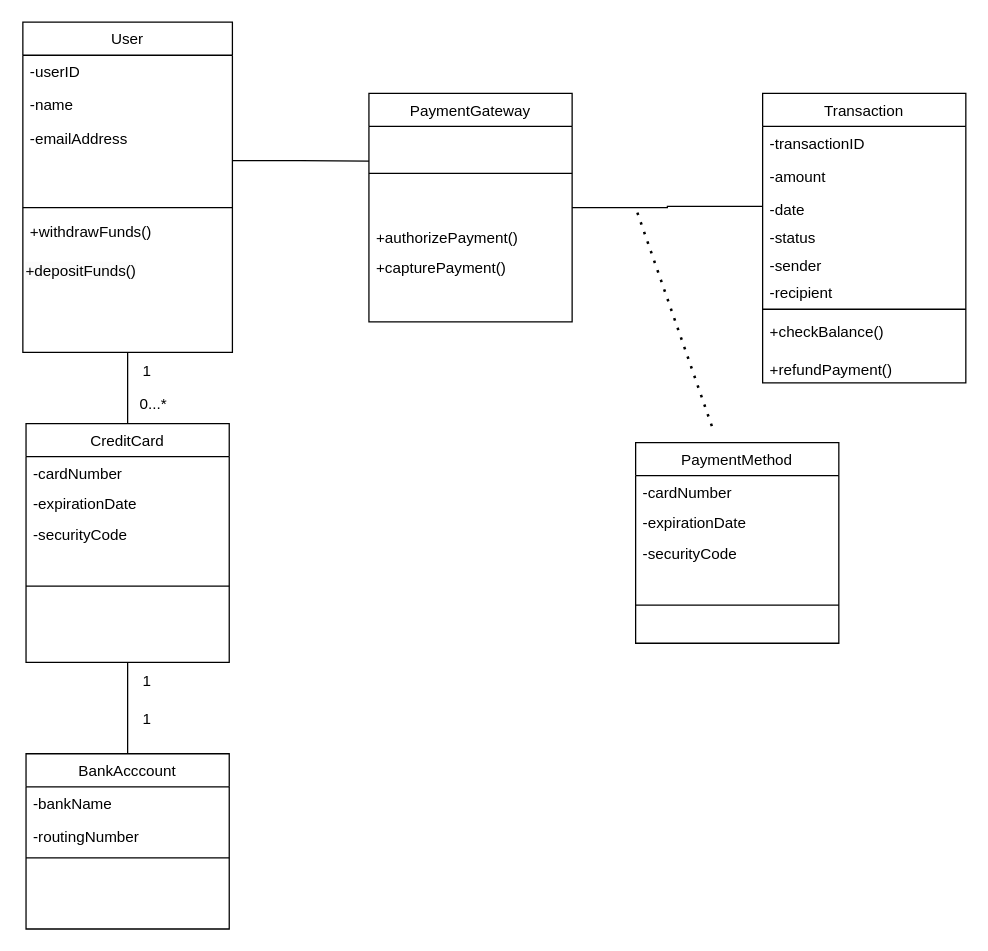
Earlier version of the draw.io diagram designclassdiagram.drawio (LordDdanielHan/test). Source tidied: cells renumbered, new cells numbered last; positions are measured from the earlier drawing's top-left corner, leaving out a move shared by most shapes. Both pictures are drawn from the tidied source at 127%, with x=0, y=0 at pixel (23, 22).
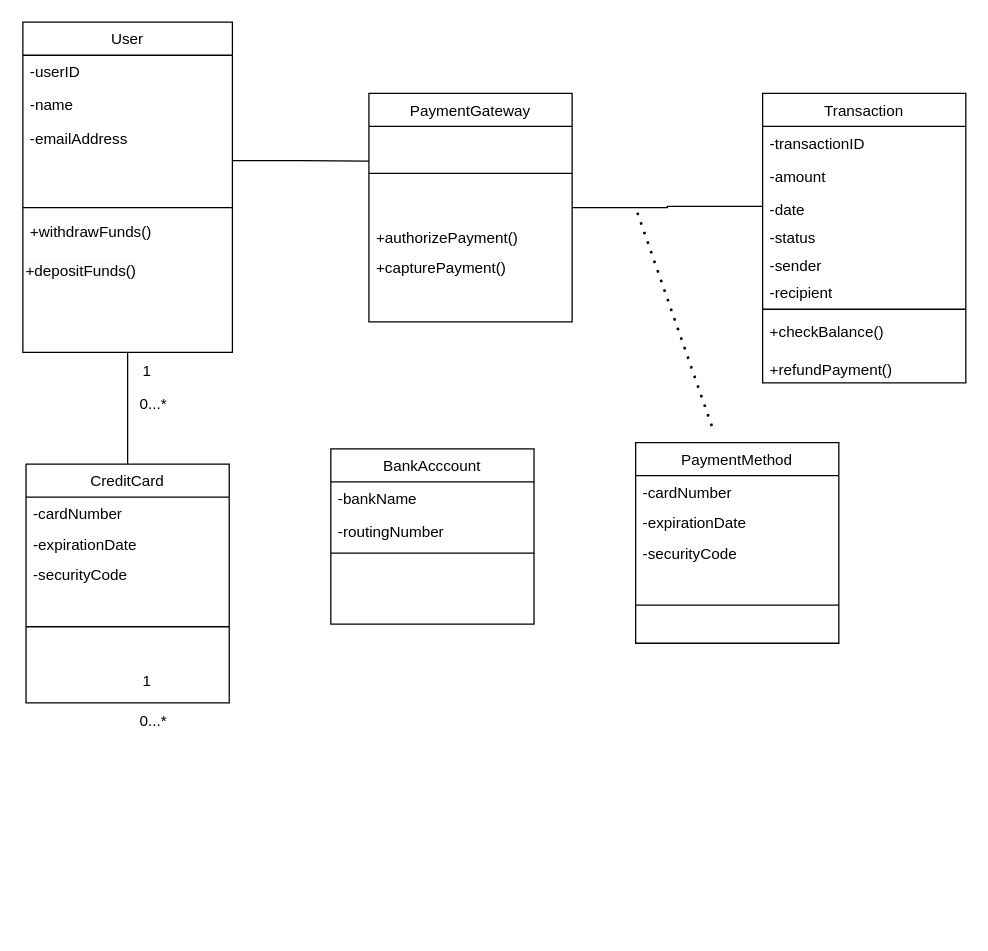
The same diagram, later.

What changed in the source:
```diff
@@
-    <mxCell id="10" style="edgeStyle=orthogonalEdgeStyle;rounded=0;jettySize=auto;html=1;exitX=0.5;exitY=0;exitDx=0;exitDy=0;endArrow=none;endFill=0;entryX=0.5;entryY=1;entryDx=0;entryDy=0;" parent="1" edge="1" source="11" target="16">
-      <mxGeometry relative="1" as="geometry" />
-    </mxCell>
     <mxCell id="11" value="BankAcccount" style="swimlane;fontStyle=0;align=center;verticalAlign=top;horizontal=1;startSize=26;rounded=0;shadow=0;strokeWidth=1;" parent="1" vertex="1">
-      <mxGeometry x="2" y="576" width="160" height="138" as="geometry" />
+      <mxGeometry x="242" y="336" width="160" height="138" as="geometry" />
     </mxCell>
@@
     <mxCell id="16" value="CreditCard" style="swimlane;fontStyle=0;align=center;verticalAlign=top;horizontal=1;startSize=26;rounded=0;shadow=0;strokeWidth=1;" parent="1" vertex="1">
-      <mxGeometry x="2" y="316" width="160" height="188" as="geometry" />
+      <mxGeometry x="2" y="348" width="160" height="188" as="geometry" />
     </mxCell>
@@
-    <mxCell id="45" value="1" style="text;html=1;align=center;verticalAlign=middle;strokeColor=none;fillColor=none;" parent="1" vertex="1">
-      <mxGeometry x="82" y="534" width="30" height="30" as="geometry" />
+    <mxCell id="45" value="0...*" style="text;html=1;align=center;verticalAlign=middle;strokeColor=none;fillColor=none;" parent="1" vertex="1">
+      <mxGeometry x="82" y="536" width="40" height="30" as="geometry" />
     </mxCell>
```
